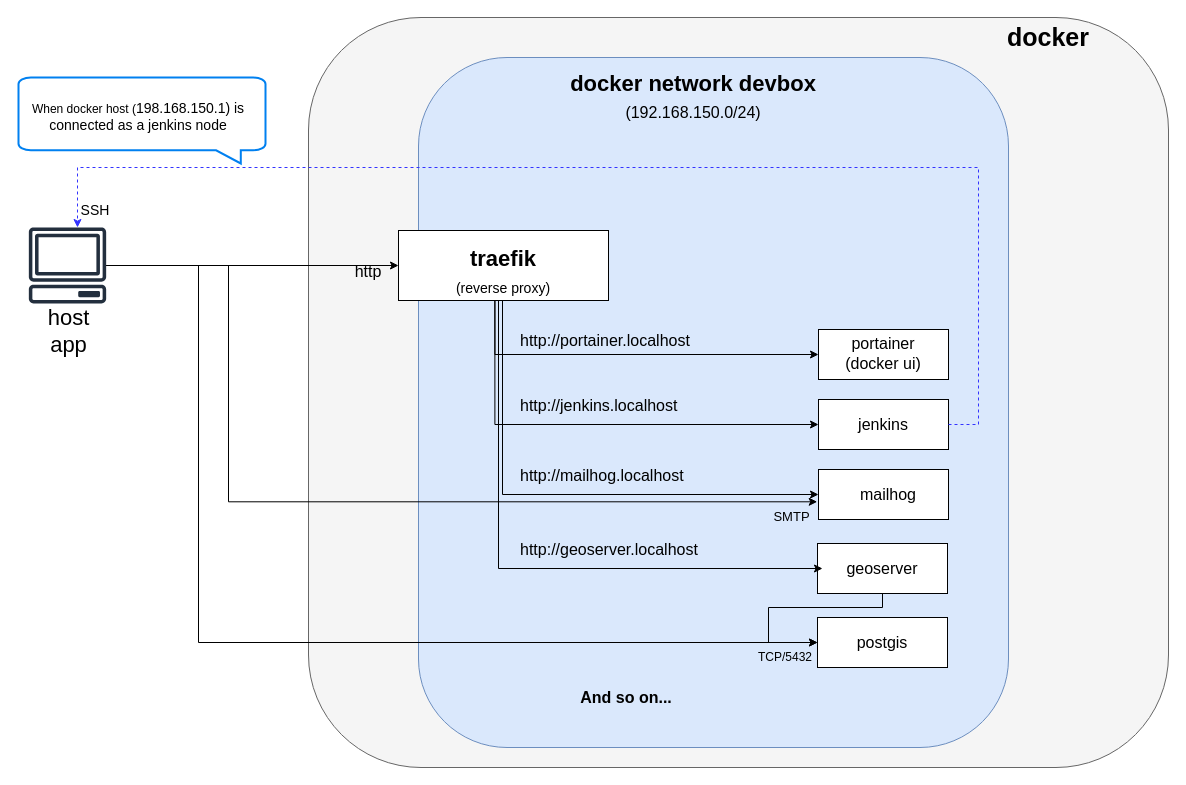
The draw.io diagram docs/devbox.drawio in mborne/docker-devbox, before the edit. Source tidied: cells renumbered, new cells numbered last; positions are measured from the earlier drawing's top-left corner, leaving out a move shared by most shapes. Both pictures are drawn from the tidied source at 100%, with x=0, y=0 at pixel (18, 17).
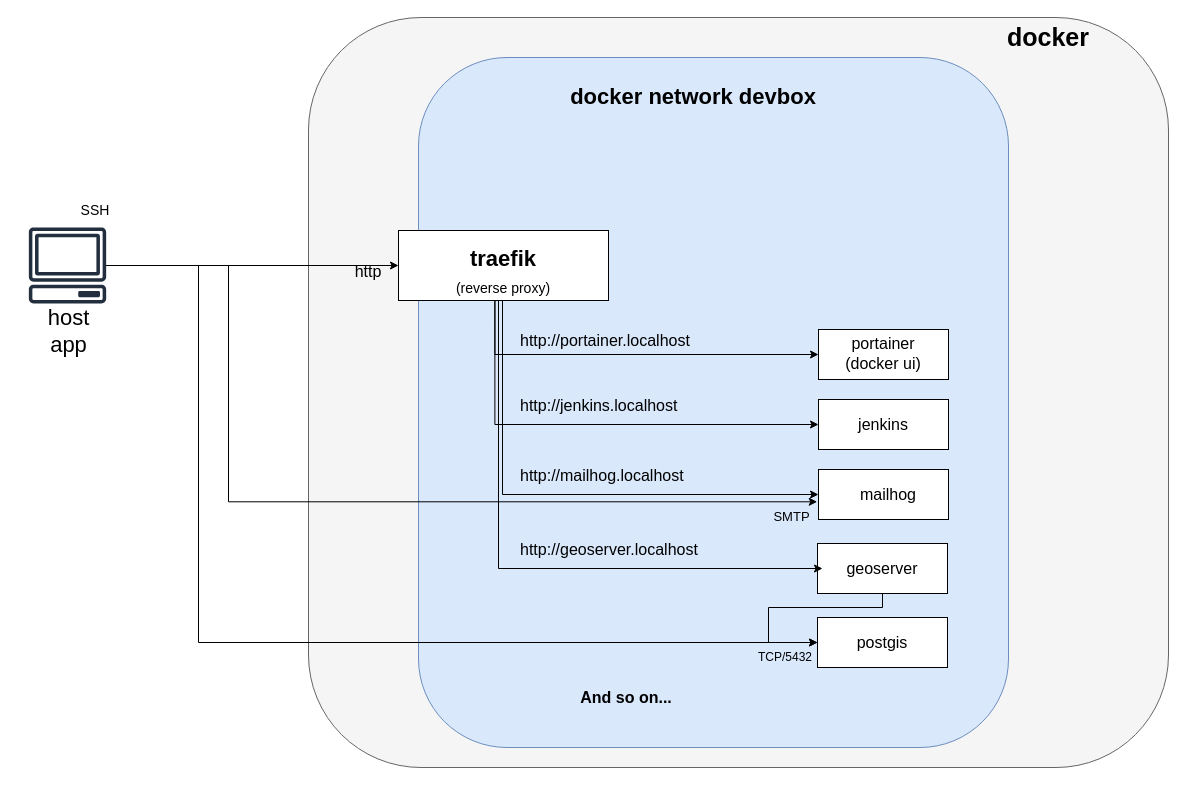
After the change.

Commit message (it also covers changes not shown here):
jenkins - add warning about docker in docker / schema : update

Unchanged cells that the change refers to:
```xml
<mxCell id="15" style="rounded=0;whiteSpace=wrap;html=1;fontSize=16;" parent="1" vertex="1">
  <mxGeometry x="800" y="382" width="130" height="50" as="geometry" />
</mxCell>
<mxCell id="22" style="outlineConnect=0;fontColor=#232F3E;gradientColor=none;fillColor=#232F3E;strokeColor=none;dashed=0;verticalLabelPosition=bottom;verticalAlign=top;align=center;html=1;fontSize=12;fontStyle=0;shape=mxgraph.aws4.client;" parent="1" vertex="1">
  <mxGeometry x="10" y="210" width="78" height="76" as="geometry" />
</mxCell>
```

Change to the diagram source:
```diff
@@
-    <mxCell id="4" value="&lt;div style=&quot;font-size: 22px&quot;&gt;&lt;font style=&quot;font-size: 22px&quot;&gt;&lt;b&gt;docker network devbox&lt;/b&gt;&lt;/font&gt;&lt;/div&gt;&lt;font style=&quot;font-size: 16px&quot;&gt;(192.168.150.0/24)&lt;/font&gt;" style="text;html=1;strokeColor=none;fillColor=none;align=center;verticalAlign=middle;whiteSpace=wrap;rounded=0;fontSize=22;" parent="1" vertex="1">
+    <mxCell id="4" value="&lt;div style=&quot;font-size: 22px&quot;&gt;&lt;font style=&quot;font-size: 22px&quot;&gt;&lt;b&gt;docker network devbox&lt;/b&gt;&lt;/font&gt;&lt;/div&gt;" style="text;html=1;strokeColor=none;fillColor=none;align=center;verticalAlign=middle;whiteSpace=wrap;rounded=0;fontSize=22;" parent="1" vertex="1">
       <mxGeometry x="450" y="60" width="450" height="40" as="geometry" />
     </mxCell>
@@
-    <mxCell id="16" style="edgeStyle=orthogonalEdgeStyle;rounded=0;jettySize=auto;html=1;exitX=1;exitY=0.5;exitDx=0;exitDy=0;dashed=1;strokeColor=#3333FF;" parent="1" edge="1" source="15" target="22">
-      <mxGeometry relative="1" as="geometry">
-        <Array as="points">
-          <mxPoint x="960" y="407" />
-          <mxPoint x="960" y="150" />
-          <mxPoint x="59" y="150" />
-        </Array>
-      </mxGeometry>
-    </mxCell>
@@
-    <mxCell id="44" style="group;" parent="1" vertex="1">
-      <mxGeometry y="60" width="247" height="86" as="geometry" />
-    </mxCell>
-    <mxCell id="45" style="html=1;verticalLabelPosition=bottom;align=center;labelBackgroundColor=#ffffff;verticalAlign=top;strokeWidth=2;strokeColor=#0080F0;shadow=0;dashed=0;shape=mxgraph.ios7.icons.message;" parent="44" vertex="1">
-      <mxGeometry width="247" height="86" as="geometry" />
-    </mxCell>
-    <mxCell id="46" value="When docker host (&lt;span style=&quot;font-size: 14px&quot;&gt;198.168.150.1) is connected as a jenkins node&lt;/span&gt;" style="text;html=1;strokeColor=none;fillColor=none;align=center;verticalAlign=middle;whiteSpace=wrap;rounded=0;" parent="44" vertex="1">
-      <mxGeometry x="10" y="13" width="220" height="52.1" as="geometry" />
-    </mxCell>
```
